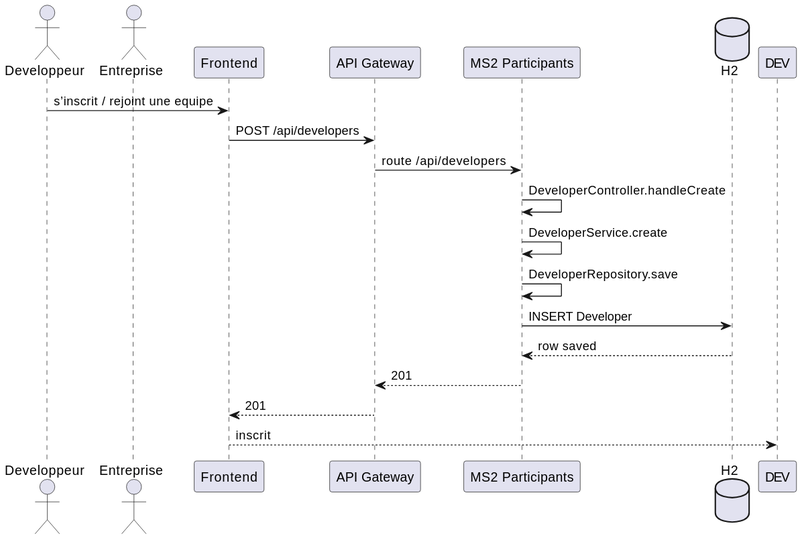
The PlantUML diagram docs/Diagrams/Participants/ms2-participants-sequence.svg in reemslama/mini-projet-web, before a commit. Source of this version:
```plantuml
@startuml
skinparam backgroundColor #FFFFFF
actor Developpeur
actor Entreprise

participant "Frontend" as FE
participant "API Gateway" as GW
participant "MS2 Participants" as MS2
database "H2" as DB

Developpeur -> FE : s’inscrit / rejoint une equipe
FE -> GW : POST /api/developers
GW -> MS2 : route /api/developers
MS2 -> MS2 : DeveloperController.handleCreate
MS2 -> MS2 : DeveloperService.create
MS2 -> MS2 : DeveloperRepository.save
MS2 -> DB : INSERT Developer
DB --> MS2 : row saved
MS2 --> GW : 201
GW --> FE : 201
FE --> DEV : inscrit
@enduml
```
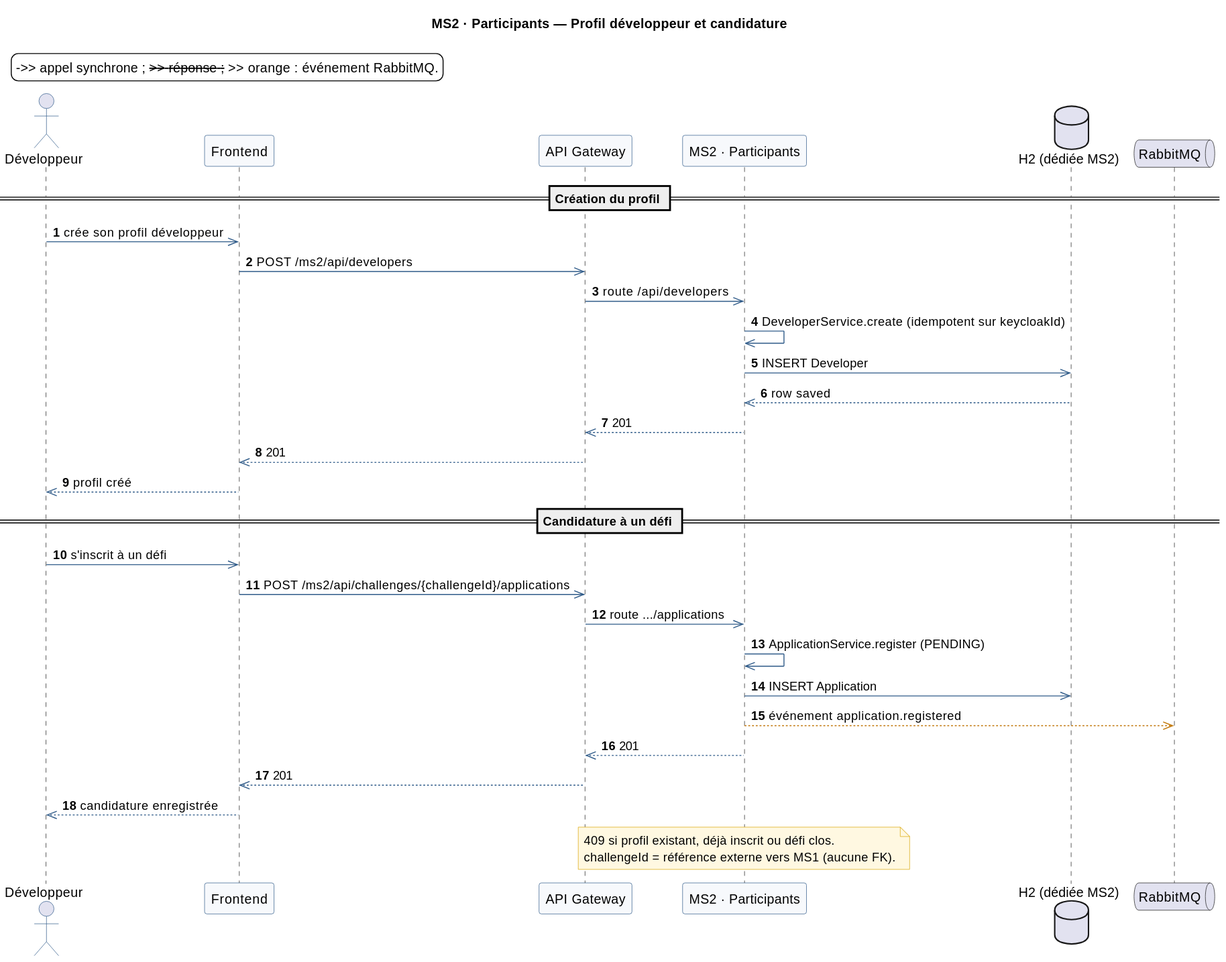
The same file after the commit.

Diff of the diagram source:
```diff
@@ -1,22 +1,55 @@
 @startuml
+title MS2 · Participants — Profil développeur et candidature
+
 skinparam backgroundColor #FFFFFF
-actor Developpeur
-actor Entreprise
+skinparam shadowing false
+skinparam FontName Helvetica
+skinparam FontSize 12
+skinparam ArrowColor #2E5A88
+skinparam ParticipantBackgroundColor #F7F9FC
+skinparam ParticipantBorderColor #2E5A88
+skinparam ActorBorderColor #2E5A88
+skinparam NoteBackgroundColor #FFF8E1
+skinparam NoteBorderColor #D9A400
+autonumber
 
+legend top left
+  ->> appel synchrone ; -->> réponse ; -->> orange : événement RabbitMQ.
+end legend
+
+actor "Développeur" as DEV
 participant "Frontend" as FE
 participant "API Gateway" as GW
-participant "MS2 Participants" as MS2
-database "H2" as DB
+participant "MS2 · Participants" as MS2
+database "H2 (dédiée MS2)" as DB
+queue "RabbitMQ" as RMQ
 
-Developpeur -> FE : s’inscrit / rejoint une equipe
-FE -> GW : POST /api/developers
-GW -> MS2 : route /api/developers
-MS2 -> MS2 : DeveloperController.handleCreate
-MS2 -> MS2 : DeveloperService.create
-MS2 -> MS2 : DeveloperRepository.save
-MS2 -> DB : INSERT Developer
-DB --> MS2 : row saved
-MS2 --> GW : 201
-GW --> FE : 201
-FE --> DEV : inscrit
+== Création du profil ==
+
+DEV ->> FE : crée son profil développeur
+FE ->> GW : POST /ms2/api/developers
+GW ->> MS2 : route /api/developers
+MS2 ->> MS2 : DeveloperService.create (idempotent sur keycloakId)
+MS2 ->> DB : INSERT Developer
+DB -->> MS2 : row saved
+MS2 -->> GW : 201
+GW -->> FE : 201
+FE -->> DEV : profil créé
+
+== Candidature à un défi ==
+
+DEV ->> FE : s'inscrit à un défi
+FE ->> GW : POST /ms2/api/challenges/{challengeId}/applications
+GW ->> MS2 : route .../applications
+MS2 ->> MS2 : ApplicationService.register (PENDING)
+MS2 ->> DB : INSERT Application
+MS2 --[#C07400]>> RMQ : événement application.registered
+MS2 -->> GW : 201
+GW -->> FE : 201
+FE -->> DEV : candidature enregistrée
+
+note over MS2
+  409 si profil existant, déjà inscrit ou défi clos.
+  challengeId = référence externe vers MS1 (aucune FK).
+end note
 @enduml
```
